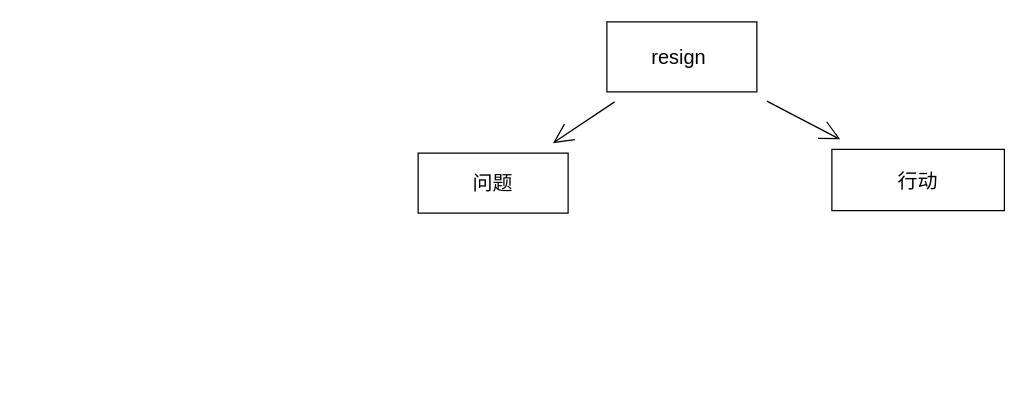
cyrious-007/logseq_1 keeps this draw.io diagram as 我是测试的.drawio. Above is the earlier version. Source tidied: cells renumbered, new cells numbered last; positions are measured from the earlier drawing's top-left corner, leaving out a move shared by most shapes. Both pictures are drawn from the tidied source at 125%, with x=0, y=0 at pixel (418, 21).
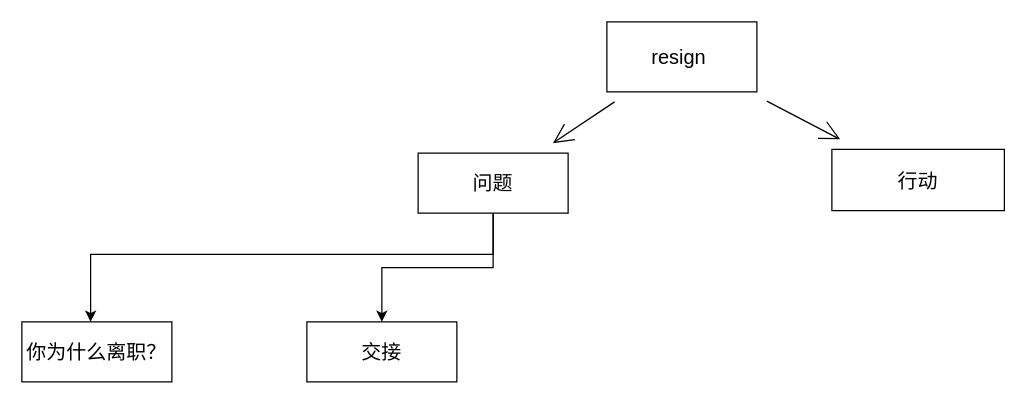
The same page after the edit.

What changed in the source:
```diff
@@
 <mxGraphModel>
   <root>
     <mxCell id="0" />
     <mxCell id="1" parent="0" />
     <mxCell id="2" style="edgeStyle=none;curved=1;rounded=0;jettySize=auto;html=1;fontSize=12;endArrow=open;startSize=14;endSize=14;sourcePerimeterSpacing=8;targetPerimeterSpacing=8;" parent="1" edge="1" source="4" target="5">
       <mxGeometry relative="1" as="geometry" />
     </mxCell>
     <mxCell id="3" style="edgeStyle=none;curved=1;rounded=0;jettySize=auto;html=1;fontSize=12;endArrow=open;startSize=14;endSize=14;sourcePerimeterSpacing=8;targetPerimeterSpacing=8;" parent="1" edge="1" source="4" target="6">
       <mxGeometry relative="1" as="geometry" />
     </mxCell>
     <mxCell id="4" value="resign&amp;nbsp;" style="whiteSpace=wrap;html=1;fontSize=16;" parent="1" vertex="1">
       <mxGeometry x="151" width="120" height="56" as="geometry" />
     </mxCell>
+    <mxCell id="7" style="edgeStyle=orthogonalEdgeStyle;rounded=0;jettySize=auto;html=1;" parent="1" edge="1" source="5" target="9">
+      <mxGeometry relative="1" as="geometry">
+        <Array as="points">
+          <mxPoint x="60" y="186" />
+          <mxPoint x="-262" y="186" />
+        </Array>
+      </mxGeometry>
+    </mxCell>
+    <mxCell id="8" style="edgeStyle=orthogonalEdgeStyle;rounded=0;jettySize=auto;html=1;exitX=0.5;exitY=1;exitDx=0;exitDy=0;" parent="1" edge="1" source="5" target="10">
+      <mxGeometry relative="1" as="geometry" />
+    </mxCell>
     <mxCell id="5" value="问题" style="whiteSpace=wrap;html=1;fontSize=16;" parent="1" vertex="1">
       <mxGeometry y="105" width="120" height="48" as="geometry" />
     </mxCell>
     <mxCell id="6" value="行动" style="whiteSpace=wrap;html=1;fontSize=16;" parent="1" vertex="1">
       <mxGeometry x="331" y="102" width="138" height="49" as="geometry" />
     </mxCell>
+    <mxCell id="9" value="你为什么离职？" style="whiteSpace=wrap;html=1;fontSize=16;" parent="1" vertex="1">
+      <mxGeometry x="-317" y="240" width="120" height="48" as="geometry" />
+    </mxCell>
+    <mxCell id="10" value="交接" style="whiteSpace=wrap;html=1;fontSize=16;" parent="1" vertex="1">
+      <mxGeometry x="-89" y="240" width="120" height="48" as="geometry" />
+    </mxCell>
   </root>
 </mxGraphModel>
```
